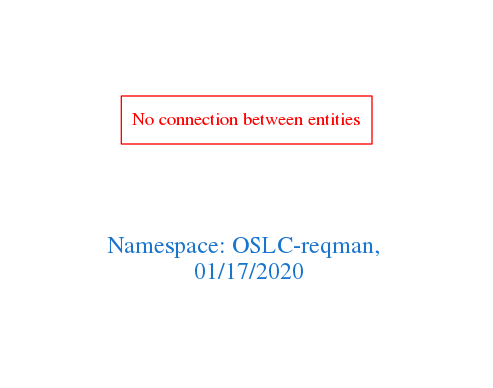
The Graphviz diagram downloads/OSLC-reqman.png in arago/OGIT, before a commit. Its source is kept beside it as downloads/OSLC-reqman.dot.
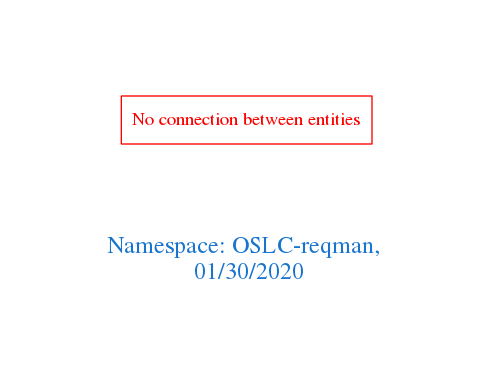
After the commit.

Change to the diagram source:
```diff
@@ -1,7 +1,7 @@
 digraph OGIT_ontology {
  graph [ rankdir= LR,pad=1
 fontsize = 18,
-fontcolor= dodgerblue3,label = "\n\n\nNamespace: OSLC-reqman, \n 01/17/2020"];
+fontcolor= dodgerblue3,label = "\n\n\nNamespace: OSLC-reqman, \n 01/30/2020"];
 node[shape=polygon];
 edge [  color="gray81"];
 
```
